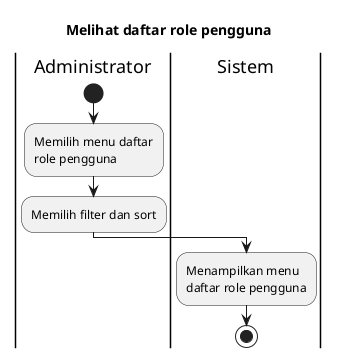
This is export/Activity Diagrams/UC-MGUSER - Manajemen Pengguna/UC-MGUSER-004 - Melihat daftar role pengguna.png from bagusNA/appl-diagrams, a PlantUML export, as it was before one commit.
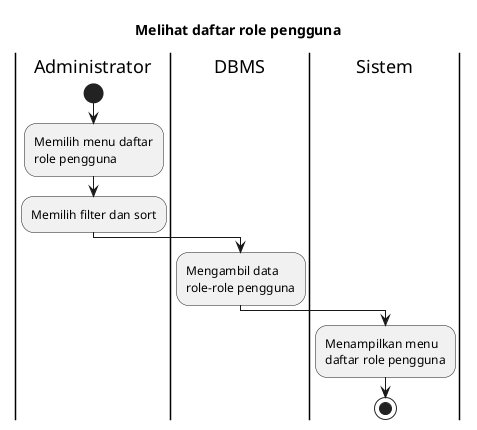
The same file after the commit.

What changed in the source:
```diff
@@ -8,6 +8,9 @@
 :Memilih menu daftar role pengguna;
 :Memilih filter dan sort;
 
+|DBMS|
+:Mengambil data role-role pengguna;
+
 |Sistem|
 :Menampilkan menu daftar role pengguna;
 
```
